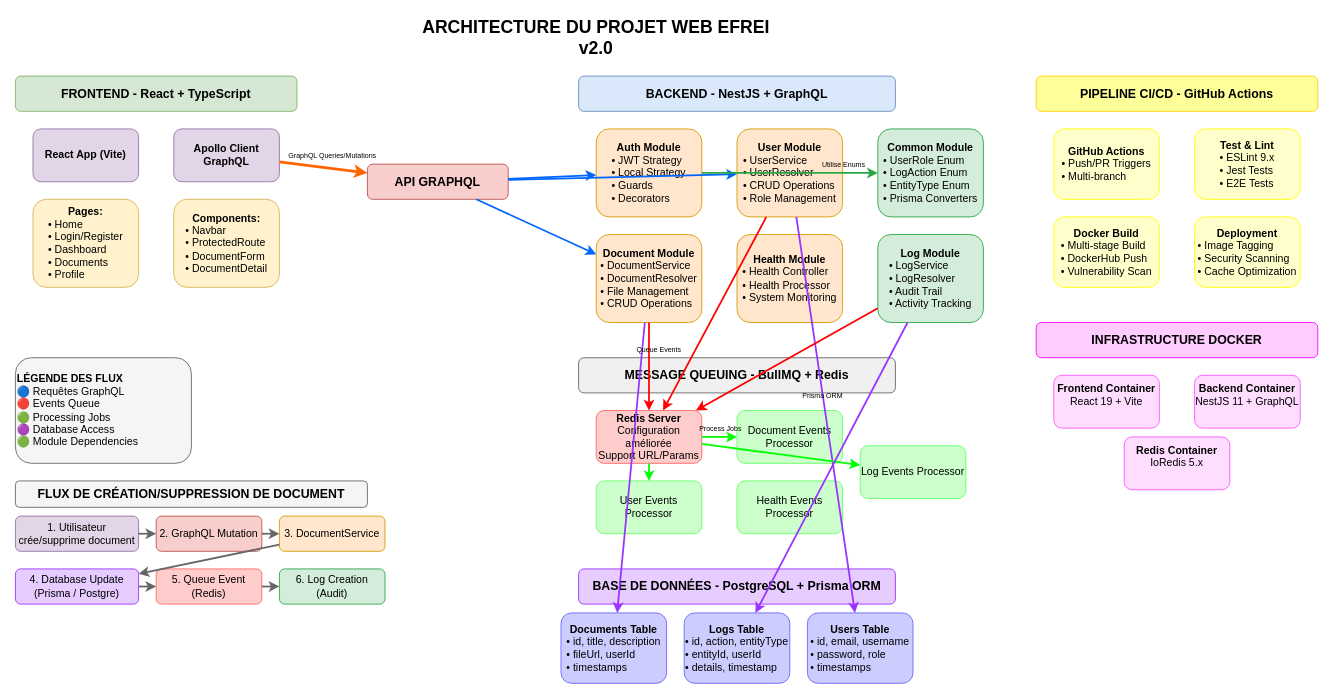
Above: archi/architecture-projet.drawio in julienESN/projetweb-efrei (draw.io), before the change. Source tidied: cells renumbered, new cells numbered last; positions are measured from the earlier drawing's top-left corner, leaving out a move shared by most shapes. Both pictures are drawn from the tidied source at 88%, with x=0, y=0 at pixel (15, 23).
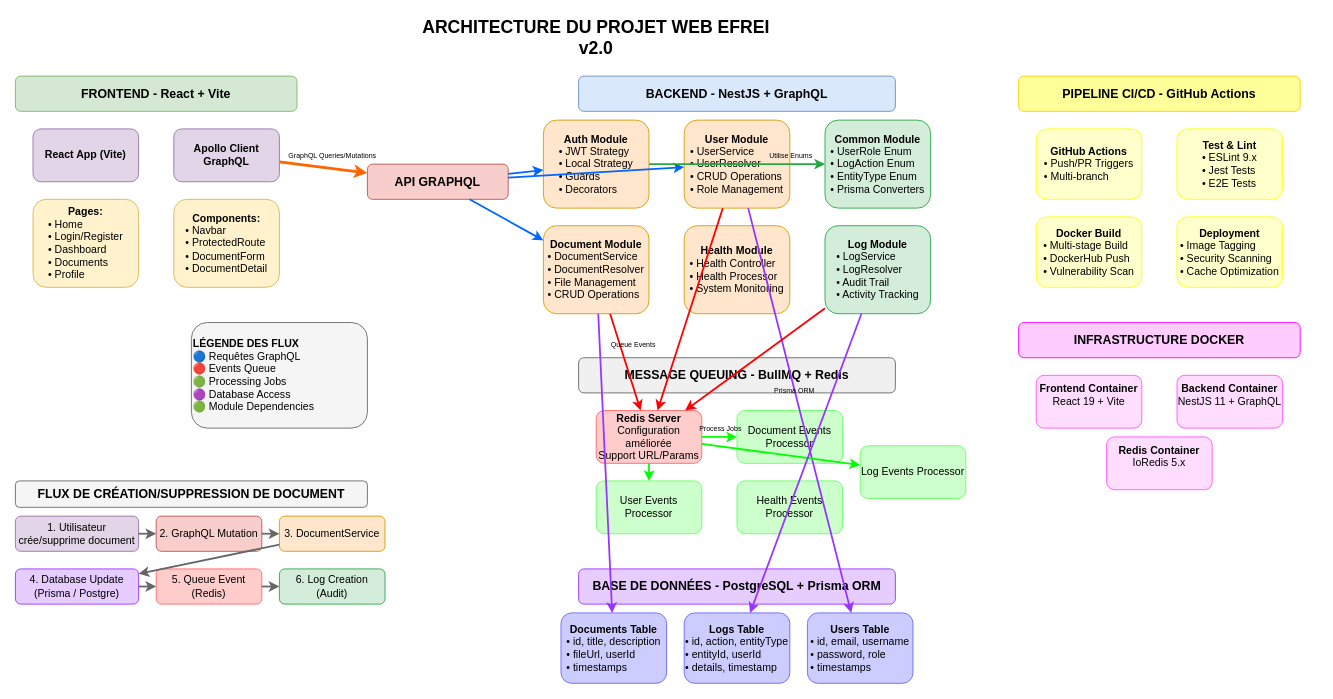
After the change.

Change to the diagram source:
```diff
@@
-    <mxCell id="3" value="FRONTEND - React + TypeScript" style="rounded=1;whiteSpace=wrap;html=1;fontSize=14;fontStyle=1;fillColor=#d5e8d4;strokeColor=#82b366;" parent="1" vertex="1">
+    <mxCell id="3" value="FRONTEND - React + Vite" style="rounded=1;whiteSpace=wrap;html=1;fontSize=14;fontStyle=1;fillColor=#d5e8d4;strokeColor=#82b366;" parent="1" vertex="1">
       <mxGeometry y="60" width="320" height="40" as="geometry" />
     </mxCell>
@@
     <mxCell id="10" value="&lt;b&gt;Auth Module&lt;br&gt;&lt;div style=&quot;text-align: left;&quot;&gt;&lt;span style=&quot;font-weight: normal;&quot;&gt;• JWT Strategy&lt;/span&gt;&lt;/div&gt;&lt;/b&gt;&lt;div style=&quot;text-align: left;&quot;&gt;• Local Strategy&lt;/div&gt;&lt;div style=&quot;text-align: left;&quot;&gt;• Guards&lt;/div&gt;&lt;div style=&quot;text-align: left;&quot;&gt;• Decorators&lt;/div&gt;" style="rounded=1;whiteSpace=wrap;html=1;fillColor=#ffe6cc;strokeColor=#d79b00;" parent="1" vertex="1">
-      <mxGeometry x="660" y="120" width="120" height="100" as="geometry" />
+      <mxGeometry x="600" y="110" width="120" height="100" as="geometry" />
     </mxCell>
     <mxCell id="11" value="&lt;b&gt;User Module&lt;br&gt;&lt;div style=&quot;text-align: left;&quot;&gt;&lt;span style=&quot;font-weight: normal;&quot;&gt;• UserService&lt;/span&gt;&lt;/div&gt;&lt;/b&gt;&lt;div style=&quot;text-align: left;&quot;&gt;• UserResolver&lt;/div&gt;&lt;div style=&quot;text-align: left;&quot;&gt;• CRUD Operations&lt;/div&gt;&lt;div style=&quot;text-align: left;&quot;&gt;• Role Management&lt;/div&gt;" style="rounded=1;whiteSpace=wrap;html=1;fillColor=#ffe6cc;strokeColor=#d79b00;" parent="1" vertex="1">
-      <mxGeometry x="820" y="120" width="120" height="100" as="geometry" />
+      <mxGeometry x="760" y="110" width="120" height="100" as="geometry" />
     </mxCell>
     <mxCell id="12" value="&lt;b&gt;Document Module&lt;br&gt;&lt;div style=&quot;text-align: left;&quot;&gt;&lt;span style=&quot;font-weight: normal;&quot;&gt;• DocumentService&lt;/span&gt;&lt;/div&gt;&lt;/b&gt;&lt;div style=&quot;text-align: left;&quot;&gt;• DocumentResolver&lt;/div&gt;&lt;div style=&quot;text-align: left;&quot;&gt;• File Management&lt;/div&gt;&lt;div style=&quot;text-align: left;&quot;&gt;• CRUD Operations&lt;/div&gt;" style="rounded=1;whiteSpace=wrap;html=1;fillColor=#ffe6cc;strokeColor=#d79b00;" parent="1" vertex="1">
-      <mxGeometry x="660" y="240" width="120" height="100" as="geometry" />
+      <mxGeometry x="600" y="230" width="120" height="100" as="geometry" />
     </mxCell>
     <mxCell id="13" value="&lt;b&gt;Health Module&lt;br&gt;&lt;div style=&quot;text-align: left;&quot;&gt;&lt;span style=&quot;font-weight: normal;&quot;&gt;• Health Controller&lt;/span&gt;&lt;/div&gt;&lt;/b&gt;&lt;div style=&quot;text-align: left;&quot;&gt;• Health Processor&lt;/div&gt;&lt;div style=&quot;text-align: left;&quot;&gt;• System Monitoring&lt;/div&gt;" style="rounded=1;whiteSpace=wrap;html=1;fillColor=#ffe6cc;strokeColor=#d79b00;" parent="1" vertex="1">
-      <mxGeometry x="820" y="240" width="120" height="100" as="geometry" />
+      <mxGeometry x="760" y="230" width="120" height="100" as="geometry" />
     </mxCell>
     <mxCell id="14" value="&lt;b&gt;Common Module&lt;br&gt;&lt;div style=&quot;text-align: left;&quot;&gt;&lt;span style=&quot;font-weight: normal;&quot;&gt;• UserRole Enum&lt;/span&gt;&lt;/div&gt;&lt;/b&gt;&lt;div style=&quot;text-align: left;&quot;&gt;• LogAction Enum&lt;/div&gt;&lt;div style=&quot;text-align: left;&quot;&gt;• EntityType Enum&lt;/div&gt;&lt;div style=&quot;text-align: left;&quot;&gt;• Prisma Converters&lt;/div&gt;" style="rounded=1;whiteSpace=wrap;html=1;fillColor=#d4edda;strokeColor=#28a745;" parent="1" vertex="1">
-      <mxGeometry x="980" y="120" width="120" height="100" as="geometry" />
+      <mxGeometry x="920" y="110" width="120" height="100" as="geometry" />
     </mxCell>
     <mxCell id="15" value="&lt;b&gt;Log Module&lt;br&gt;&lt;div style=&quot;text-align: left;&quot;&gt;&lt;span style=&quot;font-weight: normal;&quot;&gt;• LogService&lt;/span&gt;&lt;/div&gt;&lt;/b&gt;&lt;div style=&quot;text-align: left;&quot;&gt;• LogResolver&lt;/div&gt;&lt;div style=&quot;text-align: left;&quot;&gt;• Audit Trail&lt;/div&gt;&lt;div style=&quot;text-align: left;&quot;&gt;• Activity Tracking&lt;/div&gt;" style="rounded=1;whiteSpace=wrap;html=1;fillColor=#d4edda;strokeColor=#28a745;" parent="1" vertex="1">
-      <mxGeometry x="980" y="240" width="120" height="100" as="geometry" />
+      <mxGeometry x="920" y="230" width="120" height="100" as="geometry" />
     </mxCell>
@@
     <mxCell id="26" value="PIPELINE CI/CD - GitHub Actions" style="rounded=1;whiteSpace=wrap;html=1;fontSize=14;fontStyle=1;fillColor=#ffff99;strokeColor=#ffcc00;" parent="1" vertex="1">
-      <mxGeometry x="1160" y="60" width="320" height="40" as="geometry" />
+      <mxGeometry x="1140" y="60" width="320" height="40" as="geometry" />
     </mxCell>
     <mxCell id="27" value="&lt;b&gt;GitHub Actions&lt;br&gt;&lt;div style=&quot;text-align: left;&quot;&gt;&lt;span style=&quot;font-weight: normal;&quot;&gt;• Push/PR Triggers&lt;/span&gt;&lt;/div&gt;&lt;/b&gt;&lt;div style=&quot;text-align: left;&quot;&gt;• Multi-branch&lt;/div&gt;" style="rounded=1;whiteSpace=wrap;html=1;fillColor=#ffffcc;strokeColor=#ffff00;" parent="1" vertex="1">
-      <mxGeometry x="1180" y="120" width="120" height="80" as="geometry" />
+      <mxGeometry x="1160" y="120" width="120" height="80" as="geometry" />
     </mxCell>
     <mxCell id="28" value="&lt;b&gt;Test &amp; Lint&lt;br&gt;&lt;div style=&quot;text-align: left;&quot;&gt;&lt;span style=&quot;font-weight: normal;&quot;&gt;• ESLint 9.x&lt;/span&gt;&lt;/div&gt;&lt;/b&gt;&lt;div style=&quot;text-align: left;&quot;&gt;• Jest Tests&lt;/div&gt;&lt;div style=&quot;text-align: left;&quot;&gt;• E2E Tests&lt;/div&gt;" style="rounded=1;whiteSpace=wrap;html=1;fillColor=#ffffcc;strokeColor=#ffff00;" parent="1" vertex="1">
-      <mxGeometry x="1340" y="120" width="120" height="80" as="geometry" />
+      <mxGeometry x="1320" y="120" width="120" height="80" as="geometry" />
     </mxCell>
     <mxCell id="29" value="&lt;b&gt;Docker Build&lt;br&gt;&lt;div style=&quot;text-align: left;&quot;&gt;&lt;span style=&quot;font-weight: normal;&quot;&gt;• Multi-stage Build&lt;/span&gt;&lt;/div&gt;&lt;/b&gt;&lt;div style=&quot;text-align: left;&quot;&gt;• DockerHub Push&lt;/div&gt;&lt;div style=&quot;text-align: left;&quot;&gt;• Vulnerability Scan&lt;/div&gt;" style="rounded=1;whiteSpace=wrap;html=1;fillColor=#ffffcc;strokeColor=#ffff00;" parent="1" vertex="1">
-      <mxGeometry x="1180" y="220" width="120" height="80" as="geometry" />
+      <mxGeometry x="1160" y="220" width="120" height="80" as="geometry" />
     </mxCell>
     <mxCell id="30" value="&lt;b&gt;Deployment&lt;br&gt;&lt;div style=&quot;text-align: left;&quot;&gt;&lt;span style=&quot;font-weight: normal;&quot;&gt;• Image Tagging&lt;/span&gt;&lt;/div&gt;&lt;/b&gt;&lt;div style=&quot;text-align: left;&quot;&gt;• Security Scanning&lt;/div&gt;&lt;div style=&quot;text-align: left;&quot;&gt;• Cache Optimization&lt;/div&gt;" style="rounded=1;whiteSpace=wrap;html=1;fillColor=#ffffcc;strokeColor=#ffff00;" parent="1" vertex="1">
-      <mxGeometry x="1340" y="220" width="120" height="80" as="geometry" />
+      <mxGeometry x="1320" y="220" width="120" height="80" as="geometry" />
     </mxCell>
     <mxCell id="31" value="INFRASTRUCTURE DOCKER" style="rounded=1;whiteSpace=wrap;html=1;fontSize=14;fontStyle=1;fillColor=#ffccff;strokeColor=#ff00ff;" parent="1" vertex="1">
-      <mxGeometry x="1160" y="340" width="320" height="40" as="geometry" />
+      <mxGeometry x="1140" y="340" width="320" height="40" as="geometry" />
     </mxCell>
     <mxCell id="32" value="&lt;b&gt;Frontend Container&lt;br&gt;&lt;/b&gt;React 19 + Vite&lt;div&gt;&lt;br/&gt;&lt;/div&gt;" style="rounded=1;whiteSpace=wrap;html=1;fillColor=#ffddff;strokeColor=#ff55ff;" parent="1" vertex="1">
-      <mxGeometry x="1180" y="400" width="120" height="60" as="geometry" />
+      <mxGeometry x="1160" y="400" width="120" height="60" as="geometry" />
     </mxCell>
     <mxCell id="33" value="&lt;b&gt;Backend Container&lt;br&gt;&lt;/b&gt;NestJS 11 + GraphQL&lt;div&gt;&lt;br/&gt;&lt;/div&gt;" style="rounded=1;whiteSpace=wrap;html=1;fillColor=#ffddff;strokeColor=#ff55ff;" parent="1" vertex="1">
-      <mxGeometry x="1340" y="400" width="120" height="60" as="geometry" />
+      <mxGeometry x="1320" y="400" width="120" height="60" as="geometry" />
     </mxCell>
     <mxCell id="34" value="&lt;b&gt;Redis Container&lt;br&gt;&lt;/b&gt;IoRedis 5.x&lt;div&gt;&lt;br/&gt;&lt;/div&gt;" style="rounded=1;whiteSpace=wrap;html=1;fillColor=#ffddff;strokeColor=#ff55ff;" parent="1" vertex="1">
-      <mxGeometry x="1260" y="470" width="120" height="60" as="geometry" />
+      <mxGeometry x="1240" y="470" width="120" height="60" as="geometry" />
     </mxCell>
@@
     <mxCell id="54" value="&lt;b&gt;LÉGENDE DES FLUX&lt;br&gt;&lt;/b&gt;🔵 Requêtes GraphQL&lt;br&gt;🔴 Events Queue&lt;br&gt;🟢 Processing Jobs&lt;br&gt;🟣 Database Access&lt;br&gt;🟢&amp;nbsp;Module Dependencies" style="rounded=1;whiteSpace=wrap;html=1;fillColor=#f5f5f5;strokeColor=#666666;align=left;" parent="1" vertex="1">
-      <mxGeometry y="380" width="200" height="120" as="geometry" />
+      <mxGeometry x="200" y="340" width="200" height="120" as="geometry" />
     </mxCell>
```
